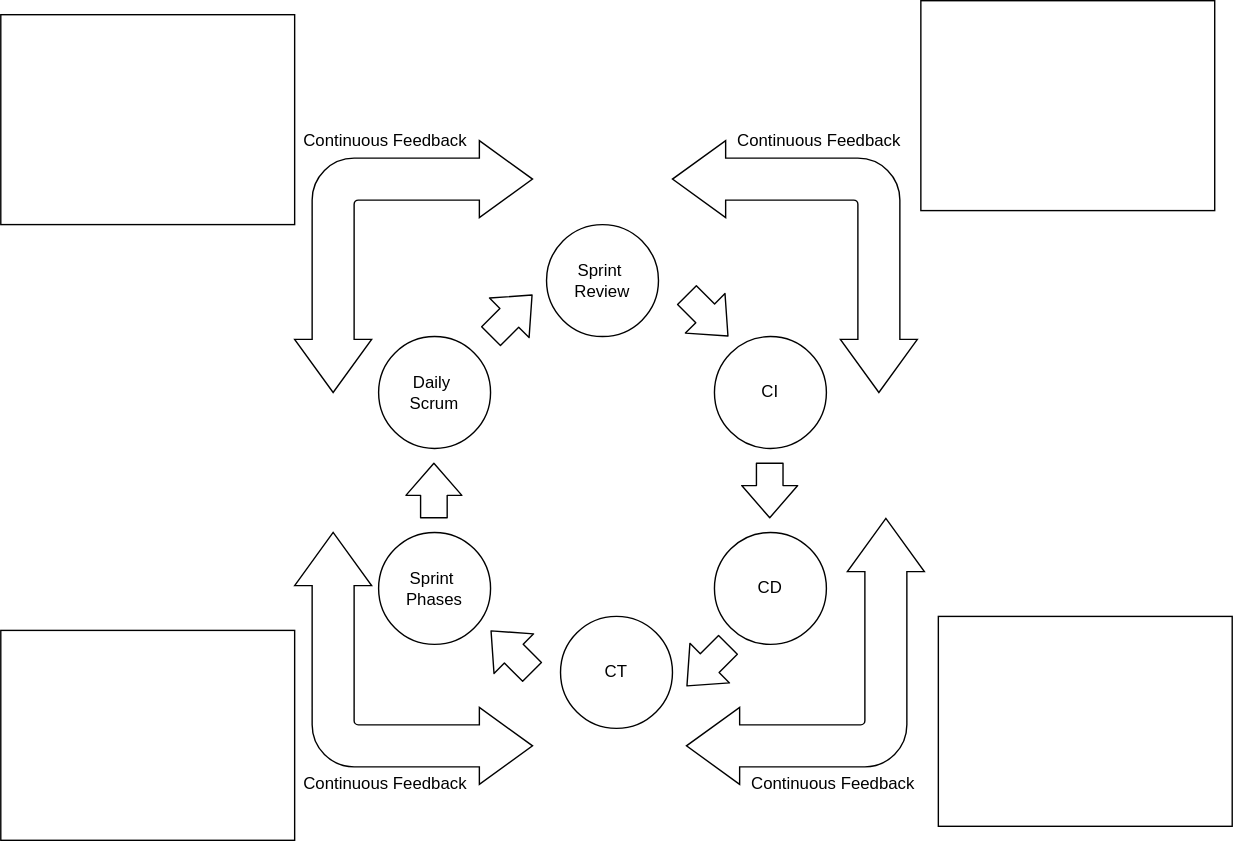
nadiaasrin/neddo keeps this draw.io diagram as method.svg. Above is the earlier version. Source tidied: cells renumbered, new cells last; positions are measured from the earlier drawing's top-left corner, leaving out a move shared by most shapes.
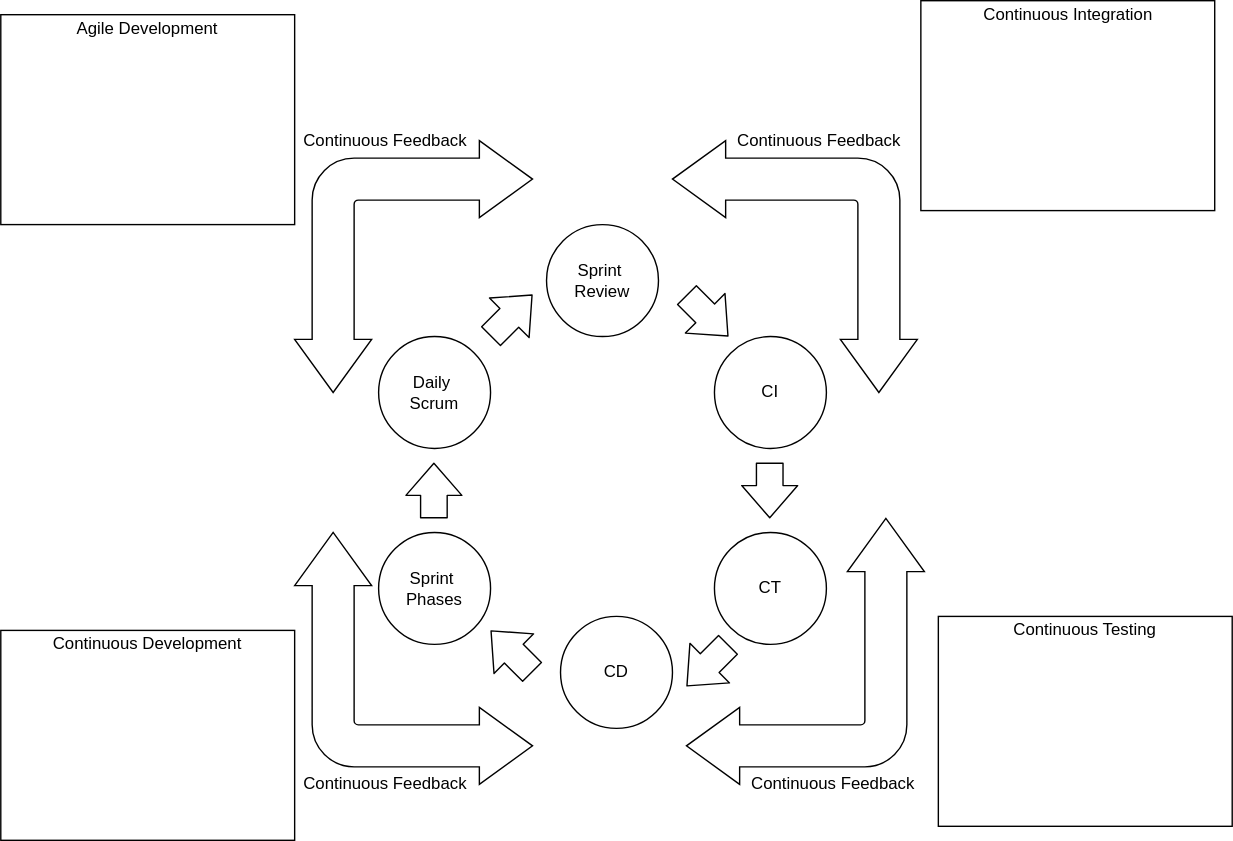
Above is the later version.

Change to the diagram source:
```diff
@@ -14,10 +14,10 @@
     <mxCell id="5" value="Daily&amp;nbsp;&lt;br&gt;Scrum" style="ellipse;whiteSpace=wrap;html=1;" parent="1" vertex="1">
       <mxGeometry x="270" y="240" width="80" height="80" as="geometry" />
     </mxCell>
-    <mxCell id="6" value="CT" style="ellipse;whiteSpace=wrap;html=1;" parent="1" vertex="1">
+    <mxCell id="6" value="CD" style="ellipse;whiteSpace=wrap;html=1;" parent="1" vertex="1">
       <mxGeometry x="400" y="440" width="80" height="80" as="geometry" />
     </mxCell>
-    <mxCell id="7" value="CD" style="ellipse;whiteSpace=wrap;html=1;" parent="1" vertex="1">
+    <mxCell id="7" value="CT" style="ellipse;whiteSpace=wrap;html=1;" parent="1" vertex="1">
       <mxGeometry x="510" y="380" width="80" height="80" as="geometry" />
     </mxCell>
     <mxCell id="8" style="shape=flexArrow;endArrow=classic;html=1;width=19;endSize=7.33;" parent="1" edge="1">
@@ -92,5 +92,17 @@
     <mxCell id="25" style="rounded=0;whiteSpace=wrap;html=1;" parent="1" vertex="1">
       <mxGeometry x="670" y="440" width="210" height="150" as="geometry" />
     </mxCell>
+    <mxCell id="26" value="Agile Development" style="text;html=1;strokeColor=none;fillColor=none;align=center;verticalAlign=middle;whiteSpace=wrap;rounded=0;" parent="1" vertex="1">
+      <mxGeometry x="40" y="10" width="130" height="20" as="geometry" />
+    </mxCell>
+    <mxCell id="27" value="Continuous Integration" style="text;html=1;strokeColor=none;fillColor=none;align=center;verticalAlign=middle;whiteSpace=wrap;rounded=0;" parent="1" vertex="1">
+      <mxGeometry x="697.5" width="130" height="20" as="geometry" />
+    </mxCell>
+    <mxCell id="28" value="Continuous Testing&lt;span style=&quot;color: rgba(0 , 0 , 0 , 0) ; font-family: monospace ; font-size: 0px&quot;&gt;%3CmxGraphModel%3E%3Croot%3E%3CmxCell%20id%3D%220%22%2F%3E%3CmxCell%20id%3D%221%22%20parent%3D%220%22%2F%3E%3CmxCell%20id%3D%222%22%20value%3D%22Continuous%20Integration%22%20style%3D%22text%3Bhtml%3D1%3BstrokeColor%3Dnone%3BfillColor%3Dnone%3Balign%3Dcenter%3BverticalAlign%3Dmiddle%3BwhiteSpace%3Dwrap%3Brounded%3D0%3B%22%20vertex%3D%221%22%20parent%3D%221%22%3E%3CmxGeometry%20x%3D%22707.5%22%20y%3D%2240%22%20width%3D%22130%22%20height%3D%2220%22%20as%3D%22geometry%22%2F%3E%3C%2FmxCell%3E%3C%2Froot%3E%3C%2FmxGraphModel%3E&lt;/span&gt;" style="text;html=1;strokeColor=none;fillColor=none;align=center;verticalAlign=middle;whiteSpace=wrap;rounded=0;" parent="1" vertex="1">
+      <mxGeometry x="710" y="440" width="130" height="20" as="geometry" />
+    </mxCell>
+    <mxCell id="29" value="Continuous Development" style="text;html=1;strokeColor=none;fillColor=none;align=center;verticalAlign=middle;whiteSpace=wrap;rounded=0;" parent="1" vertex="1">
+      <mxGeometry x="35" y="450" width="140" height="20" as="geometry" />
+    </mxCell>
   </root>
 </mxGraphModel>
```
